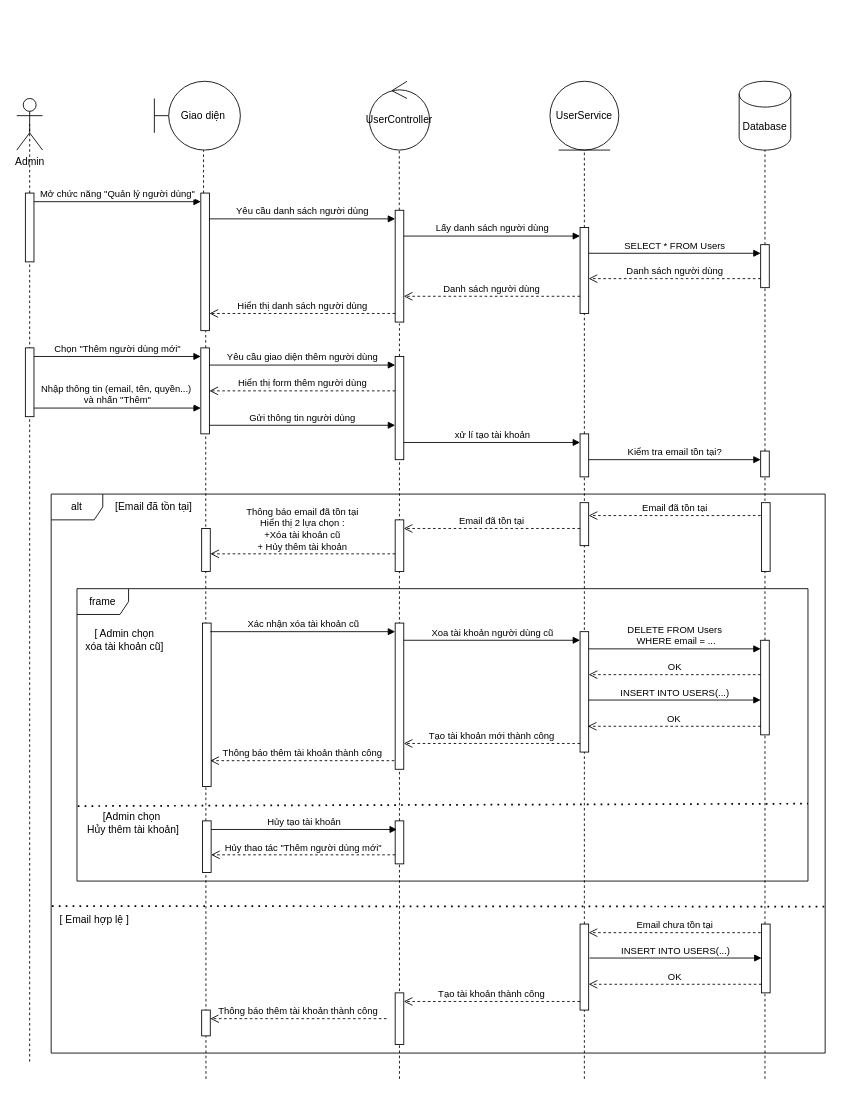
This is Sequence diagram/User Management/admin_add_user.drawio from cuongceg/BTL-IT3120, a draw.io file, before an edit. Source tidied: cells renumbered, new cells numbered last; positions are measured from the earlier drawing's top-left corner, leaving out a move shared by most shapes. Both pictures are drawn from the tidied source at 86%, with x=0, y=0 at pixel (16, 81).
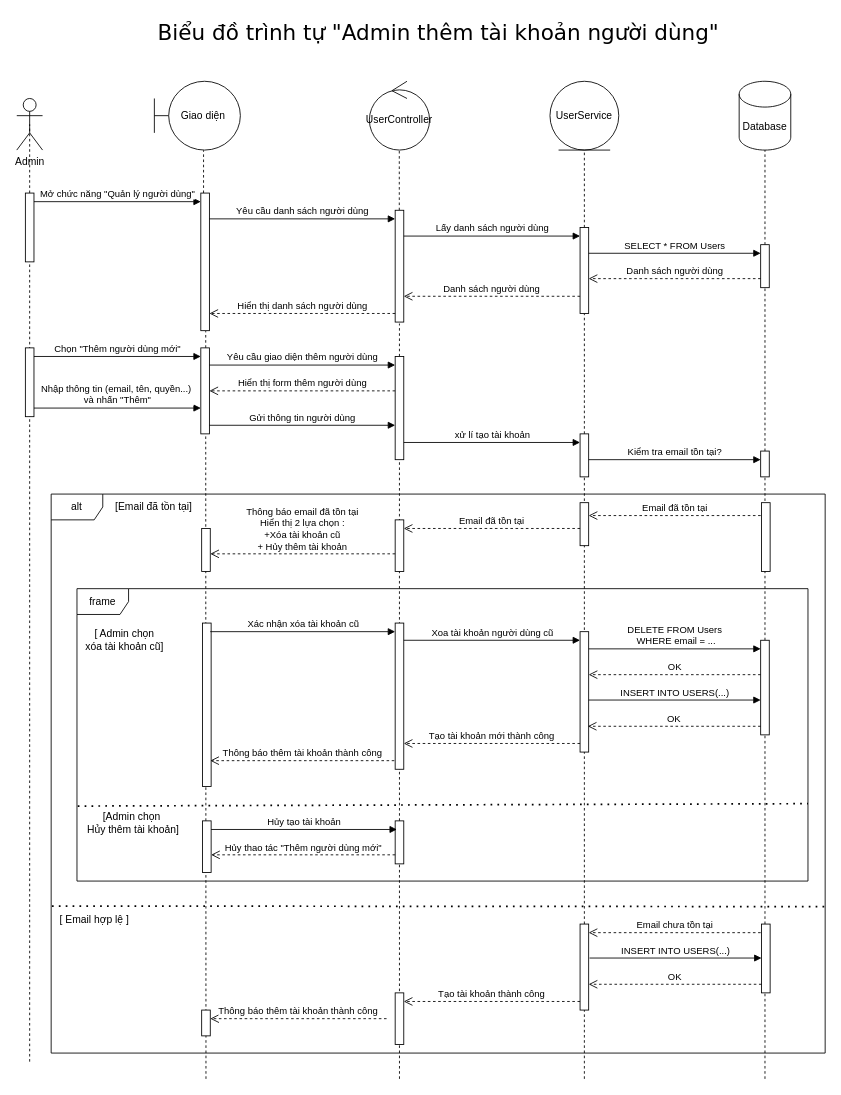
After the change.

Commit message:
Cập nhật admin_add_user.drawio

Change to the diagram source:
```diff
@@
+    <mxCell id="85" value="Biểu đồ trình tự &quot;Admin thêm tài khoản người dùng&quot;" style="text;html=1;align=center;verticalAlign=middle;strokeColor=none;fillColor=none;fontSize=25;fontFamily=Verdana;" parent="1" vertex="1">
+      <mxGeometry x="150" y="-77" width="680" height="40" as="geometry" />
+    </mxCell>
```
